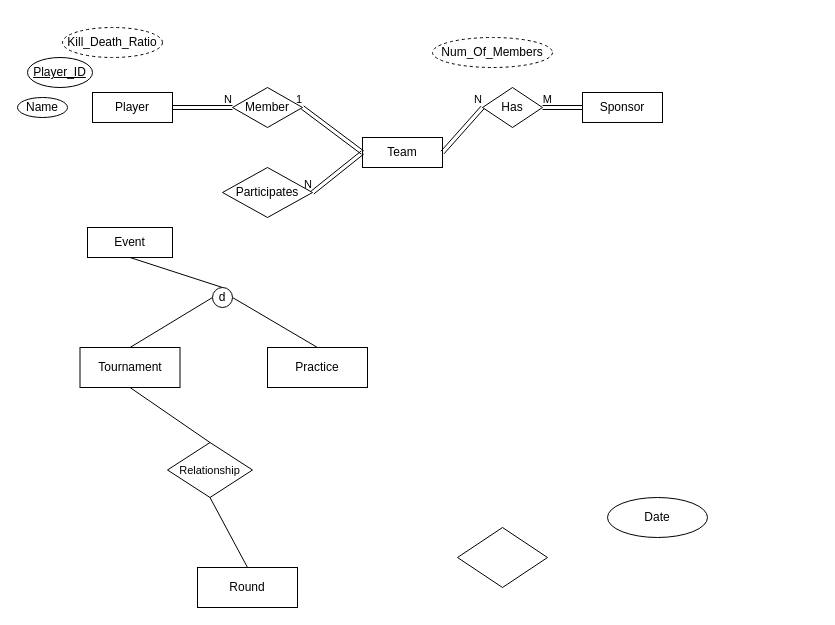
Earlier version of the draw.io diagram Untitled Diagram.drawio (NoTwo-2/RDBProject). Source tidied: cells renumbered, new cells numbered last; positions are measured from the earlier drawing's top-left corner, leaving out a move shared by most shapes. Both pictures are drawn from the tidied source at 100%, with x=0, y=0 at pixel (17, 27).
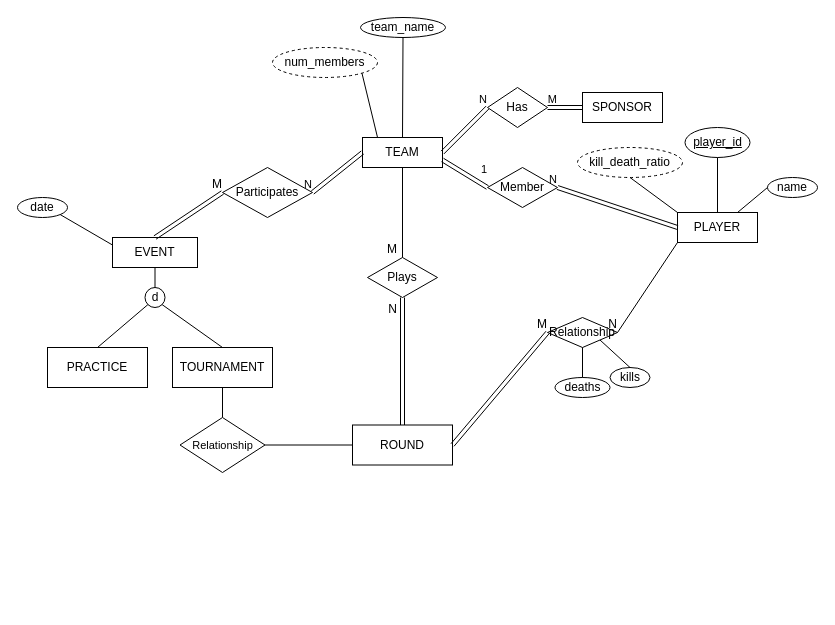
After the change.

Unchanged cells that the change refers to:
```xml
<mxCell id="16" value="Participates" style="shape=rhombus;perimeter=rhombusPerimeter;whiteSpace=wrap;html=1;align=center;" parent="1" vertex="1">
  <mxGeometry x="205" y="140" width="90" height="50" as="geometry" />
</mxCell>
```

Change to the diagram source:
```diff
@@
-    <mxCell id="2" value="Player" style="whiteSpace=wrap;html=1;align=center;" parent="1" vertex="1">
-      <mxGeometry x="75" y="65" width="80" height="30" as="geometry" />
-    </mxCell>
-    <mxCell id="3" style="rounded=0;jettySize=auto;html=1;exitX=0.5;exitY=1;exitDx=0;exitDy=0;entryX=0.5;entryY=0;entryDx=0;entryDy=0;strokeColor=default;endArrow=none;endFill=0;" parent="1" edge="1" source="4" target="22">
-      <mxGeometry relative="1" as="geometry" />
-    </mxCell>
-    <mxCell id="4" value="Event" style="whiteSpace=wrap;html=1;align=center;" parent="1" vertex="1">
-      <mxGeometry x="70" y="200" width="85" height="30" as="geometry" />
-    </mxCell>
-    <mxCell id="5" value="Team" style="whiteSpace=wrap;html=1;align=center;" parent="1" vertex="1">
-      <mxGeometry x="345" y="110" width="80" height="30" as="geometry" />
-    </mxCell>
-    <mxCell id="6" style="edgeStyle=none;shape=connector;rounded=0;jettySize=auto;html=1;exitX=0.5;exitY=1;exitDx=0;exitDy=0;entryX=0.5;entryY=0;entryDx=0;entryDy=0;labelBackgroundColor=default;strokeColor=default;fontFamily=Helvetica;fontSize=11;fontColor=default;endArrow=none;endFill=0;" parent="1" edge="1" source="7" target="24">
-      <mxGeometry relative="1" as="geometry" />
-    </mxCell>
-    <mxCell id="7" value="Tournament" style="whiteSpace=wrap;html=1;align=center;" parent="1" vertex="1">
-      <mxGeometry x="62.5" y="320" width="100" height="40" as="geometry" />
-    </mxCell>
-    <mxCell id="8" value="Sponsor" style="whiteSpace=wrap;html=1;align=center;" parent="1" vertex="1">
-      <mxGeometry x="565" y="65" width="80" height="30" as="geometry" />
-    </mxCell>
-    <mxCell id="9" value="Player_ID" style="ellipse;whiteSpace=wrap;html=1;align=center;fontStyle=4;" parent="1" vertex="1">
-      <mxGeometry x="10" y="30" width="65" height="30" as="geometry" />
-    </mxCell>
-    <mxCell id="10" value="Name" style="ellipse;whiteSpace=wrap;html=1;align=center;" parent="1" vertex="1">
-      <mxGeometry y="70" width="50" height="20" as="geometry" />
-    </mxCell>
-    <mxCell id="11" value="Practice" style="whiteSpace=wrap;html=1;align=center;" parent="1" vertex="1">
-      <mxGeometry x="250" y="320" width="100" height="40" as="geometry" />
-    </mxCell>
-    <mxCell id="12" value="Date" style="ellipse;whiteSpace=wrap;html=1;align=center;" parent="1" vertex="1">
-      <mxGeometry x="590" y="470" width="100" height="40" as="geometry" />
-    </mxCell>
+    <mxCell id="36" value="PLAYER" style="whiteSpace=wrap;html=1;align=center;" parent="1" vertex="1">
+      <mxGeometry x="660" y="185" width="80" height="30" as="geometry" />
+    </mxCell>
+    <mxCell id="37" style="rounded=0;jettySize=auto;html=1;exitX=0.5;exitY=1;exitDx=0;exitDy=0;entryX=0.5;entryY=0;entryDx=0;entryDy=0;strokeColor=default;endArrow=none;endFill=0;" parent="1" edge="1" source="38" target="22">
+      <mxGeometry relative="1" as="geometry" />
+    </mxCell>
+    <mxCell id="38" value="EVENT" style="whiteSpace=wrap;html=1;align=center;" parent="1" vertex="1">
+      <mxGeometry x="95" y="210" width="85" height="30" as="geometry" />
+    </mxCell>
+    <mxCell id="39" value="&lt;div&gt;TEAM&lt;/div&gt;" style="whiteSpace=wrap;html=1;align=center;" parent="1" vertex="1">
+      <mxGeometry x="345" y="110" width="80" height="30" as="geometry" />
+    </mxCell>
+    <mxCell id="40" style="edgeStyle=none;shape=connector;rounded=0;jettySize=auto;html=1;exitX=0.5;exitY=1;exitDx=0;exitDy=0;entryX=0.5;entryY=0;entryDx=0;entryDy=0;labelBackgroundColor=default;strokeColor=default;fontFamily=Helvetica;fontSize=11;fontColor=default;endArrow=none;endFill=0;" parent="1" edge="1" source="41" target="24">
+      <mxGeometry relative="1" as="geometry" />
+    </mxCell>
+    <mxCell id="41" value="TOURNAMENT" style="whiteSpace=wrap;html=1;align=center;" parent="1" vertex="1">
+      <mxGeometry x="155" y="320" width="100" height="40" as="geometry" />
+    </mxCell>
+    <mxCell id="42" value="SPONSOR" style="whiteSpace=wrap;html=1;align=center;" parent="1" vertex="1">
+      <mxGeometry x="565" y="65" width="80" height="30" as="geometry" />
+    </mxCell>
+    <mxCell id="43" value="player_id" style="ellipse;whiteSpace=wrap;html=1;align=center;fontStyle=4;" parent="1" vertex="1">
+      <mxGeometry x="667.5" y="100" width="65" height="30" as="geometry" />
+    </mxCell>
+    <mxCell id="44" value="name" style="ellipse;whiteSpace=wrap;html=1;align=center;" parent="1" vertex="1">
+      <mxGeometry x="750" y="150" width="50" height="20" as="geometry" />
+    </mxCell>
+    <mxCell id="45" value="PRACTICE" style="whiteSpace=wrap;html=1;align=center;" parent="1" vertex="1">
+      <mxGeometry x="30" y="320" width="100" height="40" as="geometry" />
+    </mxCell>
+    <mxCell id="46" value="date" style="ellipse;whiteSpace=wrap;html=1;align=center;" parent="1" vertex="1">
+      <mxGeometry y="170" width="50" height="20" as="geometry" />
+    </mxCell>
     <mxCell id="13" value="Member" style="shape=rhombus;perimeter=rhombusPerimeter;whiteSpace=wrap;html=1;align=center;" parent="1" vertex="1">
-      <mxGeometry x="215" y="60" width="70" height="40" as="geometry" />
+      <mxGeometry x="470" y="140" width="70" height="40" as="geometry" />
     </mxCell>
-    <mxCell id="14" value="Num_Of_Members" style="ellipse;whiteSpace=wrap;html=1;align=center;dashed=1;" parent="1" vertex="1">
-      <mxGeometry x="415" y="10" width="120" height="30" as="geometry" />
-    </mxCell>
+    <mxCell id="47" value="num_members" style="ellipse;whiteSpace=wrap;html=1;align=center;dashed=1;" parent="1" vertex="1">
+      <mxGeometry x="255" y="20" width="105" height="30" as="geometry" />
+    </mxCell>
     <mxCell id="15" value="Has" style="shape=rhombus;perimeter=rhombusPerimeter;whiteSpace=wrap;html=1;align=center;" parent="1" vertex="1">
-      <mxGeometry x="465" y="60" width="60" height="40" as="geometry" />
+      <mxGeometry x="470" y="60" width="60" height="40" as="geometry" />
     </mxCell>
@@
-    <mxCell id="17" style="shape=rhombus;perimeter=rhombusPerimeter;whiteSpace=wrap;html=1;align=center;" parent="1" vertex="1">
-      <mxGeometry x="440" y="500" width="90" height="60" as="geometry" />
-    </mxCell>
-    <mxCell id="18" value="Kill_Death_Ratio" style="ellipse;whiteSpace=wrap;html=1;align=center;dashed=1;" parent="1" vertex="1">
-      <mxGeometry x="45" width="100" height="30" as="geometry" />
-    </mxCell>
-    <mxCell id="19" value="Round" style="whiteSpace=wrap;html=1;align=center;" parent="1" vertex="1">
-      <mxGeometry x="180" y="540" width="100" height="40" as="geometry" />
-    </mxCell>
-    <mxCell id="20" style="edgeStyle=none;shape=connector;rounded=0;jettySize=auto;html=1;exitX=0;exitY=0.5;exitDx=0;exitDy=0;entryX=0.5;entryY=0;entryDx=0;entryDy=0;labelBackgroundColor=default;strokeColor=default;fontFamily=Helvetica;fontSize=11;fontColor=default;endArrow=none;endFill=0;" parent="1" edge="1" source="22" target="7">
-      <mxGeometry relative="1" as="geometry" />
-    </mxCell>
-    <mxCell id="21" style="edgeStyle=none;shape=connector;rounded=0;jettySize=auto;html=1;exitX=1;exitY=0.5;exitDx=0;exitDy=0;entryX=0.5;entryY=0;entryDx=0;entryDy=0;labelBackgroundColor=default;strokeColor=default;fontFamily=Helvetica;fontSize=11;fontColor=default;endArrow=none;endFill=0;" parent="1" edge="1" source="22" target="11">
-      <mxGeometry relative="1" as="geometry" />
-    </mxCell>
+    <mxCell id="48" value="kill_death_ratio" style="ellipse;whiteSpace=wrap;html=1;align=center;dashed=1;" parent="1" vertex="1">
+      <mxGeometry x="560" y="120" width="105" height="30" as="geometry" />
+    </mxCell>
+    <mxCell id="49" value="ROUND" style="whiteSpace=wrap;html=1;align=center;" parent="1" vertex="1">
+      <mxGeometry x="335" y="397.5" width="100" height="40" as="geometry" />
+    </mxCell>
+    <mxCell id="50" style="edgeStyle=none;shape=connector;rounded=0;jettySize=auto;html=1;exitX=1;exitY=1;exitDx=0;exitDy=0;entryX=0.5;entryY=0;entryDx=0;entryDy=0;labelBackgroundColor=default;strokeColor=default;fontFamily=Helvetica;fontSize=11;fontColor=default;endArrow=none;endFill=0;" parent="1" edge="1" source="22" target="41">
+      <mxGeometry relative="1" as="geometry" />
+    </mxCell>
+    <mxCell id="51" style="edgeStyle=none;shape=connector;rounded=0;jettySize=auto;html=1;exitX=0;exitY=1;exitDx=0;exitDy=0;entryX=0.5;entryY=0;entryDx=0;entryDy=0;labelBackgroundColor=default;strokeColor=default;fontFamily=Helvetica;fontSize=11;fontColor=default;endArrow=none;endFill=0;" parent="1" edge="1" source="22" target="45">
+      <mxGeometry relative="1" as="geometry" />
+    </mxCell>
     <mxCell id="22" value="d" style="ellipse;whiteSpace=wrap;html=1;align=center;" parent="1" vertex="1">
-      <mxGeometry x="195" y="260" width="20" height="20" as="geometry" />
+      <mxGeometry x="127.5" y="260" width="20" height="20" as="geometry" />
     </mxCell>
-    <mxCell id="23" style="edgeStyle=none;shape=connector;rounded=0;jettySize=auto;html=1;exitX=0.5;exitY=1;exitDx=0;exitDy=0;entryX=0.5;entryY=0;entryDx=0;entryDy=0;labelBackgroundColor=default;strokeColor=default;fontFamily=Helvetica;fontSize=11;fontColor=default;endArrow=none;endFill=0;" parent="1" edge="1" source="24" target="19">
-      <mxGeometry relative="1" as="geometry" />
-    </mxCell>
+    <mxCell id="52" style="edgeStyle=none;shape=connector;rounded=0;jettySize=auto;html=1;exitX=1;exitY=0.5;exitDx=0;exitDy=0;entryX=0;entryY=0.5;entryDx=0;entryDy=0;labelBackgroundColor=default;strokeColor=default;fontFamily=Helvetica;fontSize=11;fontColor=default;endArrow=none;endFill=0;" parent="1" edge="1" source="24" target="49">
+      <mxGeometry relative="1" as="geometry" />
+    </mxCell>
     <mxCell id="24" value="Relationship" style="shape=rhombus;perimeter=rhombusPerimeter;whiteSpace=wrap;html=1;align=center;fontFamily=Helvetica;fontSize=11;fontColor=default;" parent="1" vertex="1">
-      <mxGeometry x="150" y="415" width="85" height="55" as="geometry" />
+      <mxGeometry x="162.5" y="390" width="85" height="55" as="geometry" />
     </mxCell>
-    <mxCell id="25" style="shape=link;html=1;rounded=0;labelBackgroundColor=default;strokeColor=default;fontFamily=Helvetica;fontSize=11;fontColor=default;endArrow=none;endFill=0;entryX=1;entryY=0.5;entryDx=0;entryDy=0;exitX=0;exitY=0.5;exitDx=0;exitDy=0;" parent="1" edge="1" source="5" target="13">
-      <mxGeometry relative="1" as="geometry" />
-    </mxCell>
+    <mxCell id="53" style="shape=link;html=1;rounded=0;labelBackgroundColor=default;strokeColor=default;fontFamily=Helvetica;fontSize=11;fontColor=default;endArrow=none;endFill=0;entryX=0;entryY=0.5;entryDx=0;entryDy=0;exitX=1;exitY=0.75;exitDx=0;exitDy=0;" parent="1" edge="1" source="39" target="13">
+      <mxGeometry relative="1" as="geometry" />
+    </mxCell>
-    <mxCell id="26" value="1" style="html=1;align=right;verticalAlign=bottom;fontFamily=Helvetica;fontSize=11;fontColor=default;" parent="25" vertex="1">
-      <mxGeometry x="1" relative="1" as="geometry" />
+    <mxCell id="26" value="1" style="html=1;align=right;verticalAlign=bottom;fontFamily=Helvetica;fontSize=11;fontColor=default;" parent="53" vertex="1">
+      <mxGeometry x="1" relative="1" as="geometry">
+        <mxPoint y="-10" as="offset" />
+      </mxGeometry>
     </mxCell>
-    <mxCell id="27" style="shape=link;html=1;rounded=0;labelBackgroundColor=default;strokeColor=default;fontFamily=Helvetica;fontSize=11;fontColor=default;endArrow=none;endFill=0;entryX=0;entryY=0.5;entryDx=0;entryDy=0;exitX=1;exitY=0.5;exitDx=0;exitDy=0;" parent="1" edge="1" source="2" target="13">
-      <mxGeometry relative="1" as="geometry" />
-    </mxCell>
-    <mxCell id="28" value="N" style="html=1;align=right;verticalAlign=bottom;fontFamily=Helvetica;fontSize=11;fontColor=default;" parent="27" vertex="1">
-      <mxGeometry x="1" relative="1" as="geometry" />
-    </mxCell>
-    <mxCell id="29" style="edgeStyle=none;shape=connector;rounded=0;orthogonalLoop=1;jettySize=auto;html=1;exitX=1;exitY=0;exitDx=0;exitDy=0;labelBackgroundColor=default;strokeColor=default;fontFamily=Helvetica;fontSize=11;fontColor=default;endArrow=none;endFill=0;" parent="1" edge="1" source="5" target="5">
-      <mxGeometry relative="1" as="geometry" />
-    </mxCell>
-    <mxCell id="30" style="shape=link;html=1;rounded=0;labelBackgroundColor=default;strokeColor=default;fontFamily=Helvetica;fontSize=11;fontColor=default;endArrow=none;endFill=0;entryX=0;entryY=0.5;entryDx=0;entryDy=0;exitX=1;exitY=0.5;exitDx=0;exitDy=0;" parent="1" edge="1" source="5" target="15">
-      <mxGeometry relative="1" as="geometry" />
-    </mxCell>
-    <mxCell id="31" value="N" style="html=1;align=right;verticalAlign=bottom;fontFamily=Helvetica;fontSize=11;fontColor=default;" parent="30" vertex="1">
-      <mxGeometry x="1" relative="1" as="geometry" />
-    </mxCell>
-    <mxCell id="32" style="shape=link;html=1;rounded=0;labelBackgroundColor=default;strokeColor=default;fontFamily=Helvetica;fontSize=11;fontColor=default;endArrow=none;endFill=0;entryX=1;entryY=0.5;entryDx=0;entryDy=0;exitX=0;exitY=0.5;exitDx=0;exitDy=0;" parent="1" edge="1" source="8" target="15">
-      <mxGeometry relative="1" as="geometry" />
-    </mxCell>
+    <mxCell id="54" style="shape=link;html=1;rounded=0;labelBackgroundColor=default;strokeColor=default;fontFamily=Helvetica;fontSize=11;fontColor=default;endArrow=none;endFill=0;entryX=1;entryY=0.5;entryDx=0;entryDy=0;exitX=0;exitY=0.5;exitDx=0;exitDy=0;" parent="1" edge="1" source="36" target="13">
+      <mxGeometry relative="1" as="geometry" />
+    </mxCell>
+    <mxCell id="55" value="N" style="html=1;align=right;verticalAlign=bottom;fontFamily=Helvetica;fontSize=11;fontColor=default;" parent="54" vertex="1">
+      <mxGeometry x="1" relative="1" as="geometry" />
+    </mxCell>
+    <mxCell id="56" style="edgeStyle=none;shape=connector;rounded=0;orthogonalLoop=1;jettySize=auto;html=1;exitX=1;exitY=0;exitDx=0;exitDy=0;labelBackgroundColor=default;strokeColor=default;fontFamily=Helvetica;fontSize=11;fontColor=default;endArrow=none;endFill=0;" parent="1" edge="1" source="39" target="39">
+      <mxGeometry relative="1" as="geometry" />
+    </mxCell>
+    <mxCell id="57" style="shape=link;html=1;rounded=0;labelBackgroundColor=default;strokeColor=default;fontFamily=Helvetica;fontSize=11;fontColor=default;endArrow=none;endFill=0;entryX=0;entryY=0.5;entryDx=0;entryDy=0;exitX=1;exitY=0.5;exitDx=0;exitDy=0;" parent="1" edge="1" source="39" target="15">
+      <mxGeometry relative="1" as="geometry" />
+    </mxCell>
+    <mxCell id="58" value="N" style="html=1;align=right;verticalAlign=bottom;fontFamily=Helvetica;fontSize=11;fontColor=default;" parent="57" vertex="1">
+      <mxGeometry x="1" relative="1" as="geometry" />
+    </mxCell>
+    <mxCell id="59" style="shape=link;html=1;rounded=0;labelBackgroundColor=default;strokeColor=default;fontFamily=Helvetica;fontSize=11;fontColor=default;endArrow=none;endFill=0;entryX=1;entryY=0.5;entryDx=0;entryDy=0;exitX=0;exitY=0.5;exitDx=0;exitDy=0;" parent="1" edge="1" source="42" target="15">
+      <mxGeometry relative="1" as="geometry" />
+    </mxCell>
-    <mxCell id="33" value="M" style="html=1;align=right;verticalAlign=bottom;fontFamily=Helvetica;fontSize=11;fontColor=default;" parent="32" vertex="1">
+    <mxCell id="33" value="M" style="html=1;align=right;verticalAlign=bottom;fontFamily=Helvetica;fontSize=11;fontColor=default;" parent="59" vertex="1">
       <mxGeometry x="1" relative="1" as="geometry">
         <mxPoint x="10" as="offset" />
       </mxGeometry>
     </mxCell>
-    <mxCell id="34" style="shape=link;html=1;rounded=0;labelBackgroundColor=default;strokeColor=default;fontFamily=Helvetica;fontSize=11;fontColor=default;endArrow=none;endFill=0;entryX=1;entryY=0.5;entryDx=0;entryDy=0;exitX=0;exitY=0.5;exitDx=0;exitDy=0;" parent="1" edge="1" source="5" target="16">
-      <mxGeometry relative="1" as="geometry" />
-    </mxCell>
-    <mxCell id="35" value="N" style="html=1;align=right;verticalAlign=bottom;fontFamily=Helvetica;fontSize=11;fontColor=default;" parent="34" vertex="1">
-      <mxGeometry x="1" relative="1" as="geometry" />
-    </mxCell>
+    <mxCell id="60" style="shape=link;html=1;rounded=0;labelBackgroundColor=default;strokeColor=default;fontFamily=Helvetica;fontSize=11;fontColor=default;endArrow=none;endFill=0;entryX=1;entryY=0.5;entryDx=0;entryDy=0;exitX=0;exitY=0.5;exitDx=0;exitDy=0;" parent="1" edge="1" source="39" target="16">
+      <mxGeometry relative="1" as="geometry" />
+    </mxCell>
+    <mxCell id="61" value="N" style="html=1;align=right;verticalAlign=bottom;fontFamily=Helvetica;fontSize=11;fontColor=default;" parent="60" vertex="1">
+      <mxGeometry x="1" relative="1" as="geometry" />
+    </mxCell>
+    <mxCell id="62" style="endArrow=none;html=1;rounded=0;strokeColor=default;entryX=0.5;entryY=1;entryDx=0;entryDy=0;exitX=0.5;exitY=0;exitDx=0;exitDy=0;" parent="1" edge="1" source="36" target="43">
+      <mxGeometry relative="1" as="geometry" />
+    </mxCell>
+    <mxCell id="63" style="endArrow=none;html=1;rounded=0;strokeColor=default;entryX=1;entryY=1;entryDx=0;entryDy=0;exitX=0.188;exitY=0;exitDx=0;exitDy=0;exitPerimeter=0;" parent="1" edge="1" source="39" target="47">
+      <mxGeometry relative="1" as="geometry" />
+    </mxCell>
+    <mxCell id="64" style="endArrow=none;html=1;rounded=0;strokeColor=default;entryX=0;entryY=0.5;entryDx=0;entryDy=0;exitX=0.75;exitY=0;exitDx=0;exitDy=0;" parent="1" edge="1" source="36" target="44">
+      <mxGeometry relative="1" as="geometry" />
+    </mxCell>
+    <mxCell id="65" style="endArrow=none;html=1;rounded=0;strokeColor=default;exitX=1;exitY=1;exitDx=0;exitDy=0;entryX=0;entryY=0.25;entryDx=0;entryDy=0;" parent="1" edge="1" source="46" target="38">
+      <mxGeometry relative="1" as="geometry" />
+    </mxCell>
+    <mxCell id="66" style="shape=link;html=1;rounded=0;strokeColor=default;endArrow=none;endFill=0;exitX=0.5;exitY=0;exitDx=0;exitDy=0;entryX=0;entryY=0.5;entryDx=0;entryDy=0;" parent="1" edge="1" source="38" target="16">
+      <mxGeometry relative="1" as="geometry" />
+    </mxCell>
+    <mxCell id="67" value="M" style="html=1;align=right;verticalAlign=bottom;" parent="66" vertex="1">
+      <mxGeometry x="1" relative="1" as="geometry" />
+    </mxCell>
+    <mxCell id="68" value="Plays" style="shape=rhombus;perimeter=rhombusPerimeter;whiteSpace=wrap;html=1;align=center;" parent="1" vertex="1">
+      <mxGeometry x="350" y="230" width="70" height="40" as="geometry" />
+    </mxCell>
+    <mxCell id="69" style="endArrow=none;html=1;rounded=0;strokeColor=default;entryX=0.5;entryY=1;entryDx=0;entryDy=0;exitX=0;exitY=0;exitDx=0;exitDy=0;" parent="1" edge="1" source="36" target="48">
+      <mxGeometry relative="1" as="geometry" />
+    </mxCell>
+    <mxCell id="70" style="shape=link;html=1;rounded=0;strokeColor=default;endArrow=none;endFill=0;exitX=0.5;exitY=1;exitDx=0;exitDy=0;entryX=0.5;entryY=0;entryDx=0;entryDy=0;" parent="1" edge="1" source="68" target="49">
+      <mxGeometry relative="1" as="geometry" />
+    </mxCell>
+    <mxCell id="71" value="N" style="html=1;align=right;verticalAlign=bottom;" parent="70" vertex="1">
+      <mxGeometry x="1" relative="1" as="geometry">
+        <mxPoint x="-5" y="-108" as="offset" />
+      </mxGeometry>
+    </mxCell>
+    <mxCell id="72" style="endArrow=none;html=1;rounded=0;strokeColor=default;exitX=0.5;exitY=1;exitDx=0;exitDy=0;entryX=0.5;entryY=0;entryDx=0;entryDy=0;" parent="1" edge="1" source="39" target="68">
+      <mxGeometry relative="1" as="geometry" />
+    </mxCell>
+    <mxCell id="73" value="M" style="html=1;align=right;verticalAlign=bottom;" parent="72" vertex="1">
+      <mxGeometry x="1" relative="1" as="geometry">
+        <mxPoint x="-5" as="offset" />
+      </mxGeometry>
+    </mxCell>
+    <mxCell id="74" value="Relationship" style="shape=rhombus;perimeter=rhombusPerimeter;whiteSpace=wrap;html=1;align=center;" parent="1" vertex="1">
+      <mxGeometry x="530" y="290" width="70" height="30" as="geometry" />
+    </mxCell>
+    <mxCell id="75" style="endArrow=none;html=1;rounded=0;strokeColor=default;exitX=0;exitY=1;exitDx=0;exitDy=0;entryX=1;entryY=0.5;entryDx=0;entryDy=0;" parent="1" edge="1" source="36" target="74">
+      <mxGeometry relative="1" as="geometry" />
+    </mxCell>
+    <mxCell id="76" value="N" style="html=1;align=right;verticalAlign=bottom;" parent="75" vertex="1">
+      <mxGeometry x="1" relative="1" as="geometry" />
+    </mxCell>
+    <mxCell id="77" style="shape=link;html=1;rounded=0;strokeColor=default;endArrow=none;endFill=0;exitX=1;exitY=0.5;exitDx=0;exitDy=0;entryX=0;entryY=0.5;entryDx=0;entryDy=0;" parent="1" edge="1" source="49" target="74">
+      <mxGeometry relative="1" as="geometry" />
+    </mxCell>
+    <mxCell id="78" value="M" style="html=1;align=right;verticalAlign=bottom;" parent="77" vertex="1">
+      <mxGeometry x="1" relative="1" as="geometry" />
+    </mxCell>
+    <mxCell id="79" value="&lt;div&gt;kills&lt;/div&gt;" style="ellipse;whiteSpace=wrap;html=1;align=center;" parent="1" vertex="1">
+      <mxGeometry x="592.5" y="340" width="40" height="20" as="geometry" />
+    </mxCell>
+    <mxCell id="80" value="deaths" style="ellipse;whiteSpace=wrap;html=1;align=center;" parent="1" vertex="1">
+      <mxGeometry x="537.5" y="350" width="55" height="20" as="geometry" />
+    </mxCell>
+    <mxCell id="81" style="endArrow=none;html=1;rounded=0;strokeColor=default;entryX=0.5;entryY=1;entryDx=0;entryDy=0;exitX=0.5;exitY=0;exitDx=0;exitDy=0;" parent="1" edge="1" source="80" target="74">
+      <mxGeometry relative="1" as="geometry" />
+    </mxCell>
+    <mxCell id="82" style="endArrow=none;html=1;rounded=0;strokeColor=default;entryX=1;entryY=1;entryDx=0;entryDy=0;exitX=0.5;exitY=0;exitDx=0;exitDy=0;" parent="1" edge="1" source="79" target="74">
+      <mxGeometry relative="1" as="geometry" />
+    </mxCell>
+    <mxCell id="83" value="team_name" style="ellipse;whiteSpace=wrap;html=1;align=center;" parent="1" vertex="1">
+      <mxGeometry x="343" y="-10" width="85" height="20" as="geometry" />
+    </mxCell>
+    <mxCell id="84" style="endArrow=none;html=1;rounded=0;strokeColor=default;entryX=0.5;entryY=1;entryDx=0;entryDy=0;exitX=0.5;exitY=0;exitDx=0;exitDy=0;" parent="1" edge="1" source="39" target="83">
+      <mxGeometry relative="1" as="geometry" />
+    </mxCell>
```
